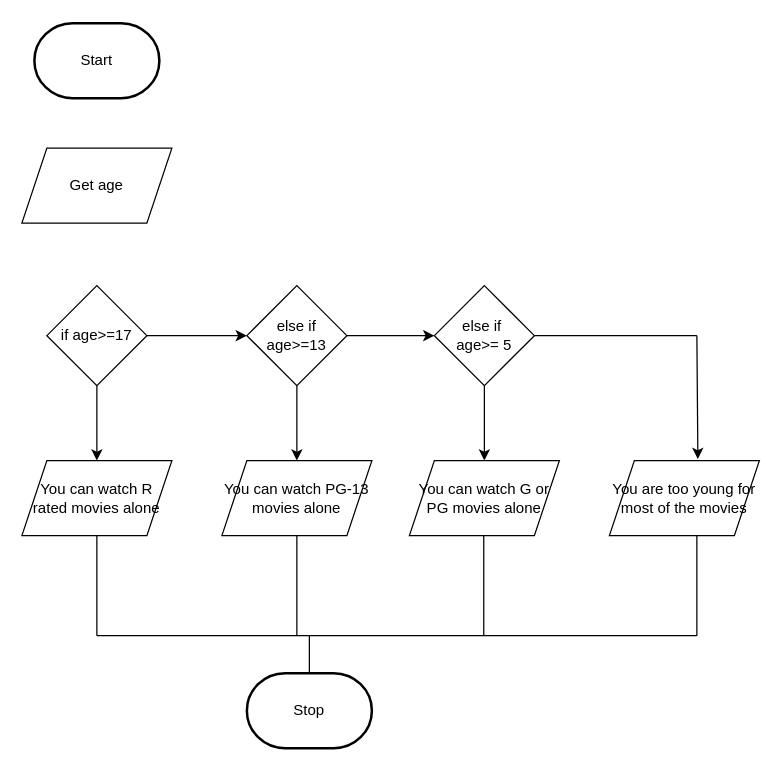
MTHS-ICD2O-1-2024/ICD2O-Unit-5-03-lynn-lukose-07 keeps this draw.io diagram as design/flowchart.drawio. Above is the earlier version. Source tidied: cells renumbered, new cells numbered last; positions are measured from the earlier drawing's top-left corner, leaving out a move shared by most shapes. Both pictures are drawn from the tidied source at 125%, with x=0, y=0 at pixel (21, 22).
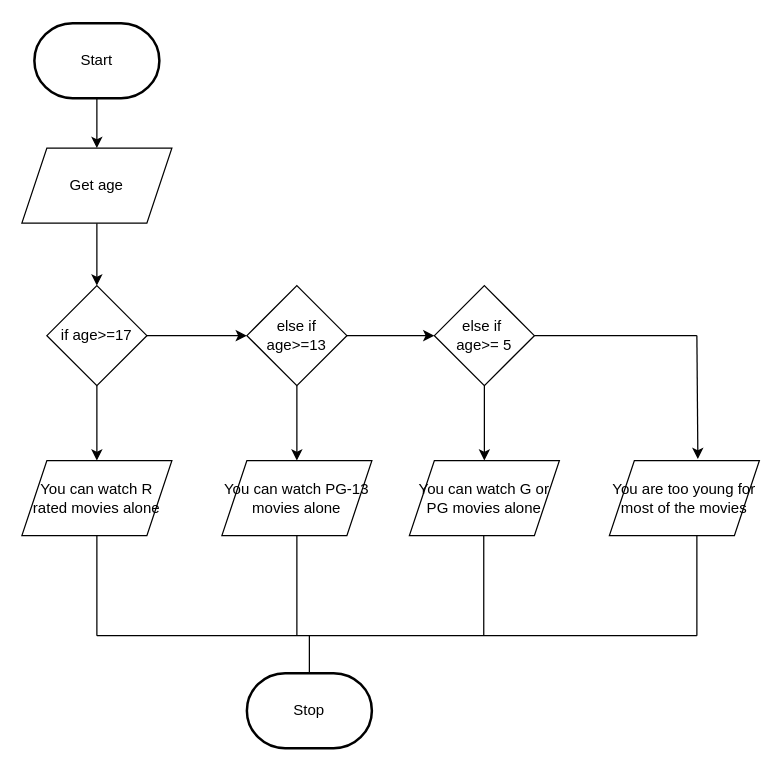
Above is the later version.

Unchanged cells that the change refers to:
```xml
<mxCell id="2" value="Start" style="strokeWidth=2;html=1;shape=mxgraph.flowchart.terminator;whiteSpace=wrap;" parent="1" vertex="1">
  <mxGeometry x="10" width="100" height="60" as="geometry" />
</mxCell>
<mxCell id="4" value="Get age" style="shape=parallelogram;perimeter=parallelogramPerimeter;whiteSpace=wrap;html=1;fixedSize=1;" parent="1" vertex="1">
  <mxGeometry y="100" width="120" height="60" as="geometry" />
</mxCell>
<mxCell id="6" value="if age&amp;gt;=17" style="rhombus;whiteSpace=wrap;html=1;" parent="1" vertex="1">
  <mxGeometry x="20" y="210" width="80" height="80" as="geometry" />
</mxCell>
```

The edit, as a diff of the source:
```diff
@@
+    <mxCell id="25" style="edgeStyle=none;html=1;" parent="1" edge="1" source="2" target="4">
+      <mxGeometry relative="1" as="geometry" />
+    </mxCell>
@@
+    <mxCell id="26" style="edgeStyle=none;html=1;" parent="1" edge="1" source="4" target="6">
+      <mxGeometry relative="1" as="geometry" />
+    </mxCell>
```
